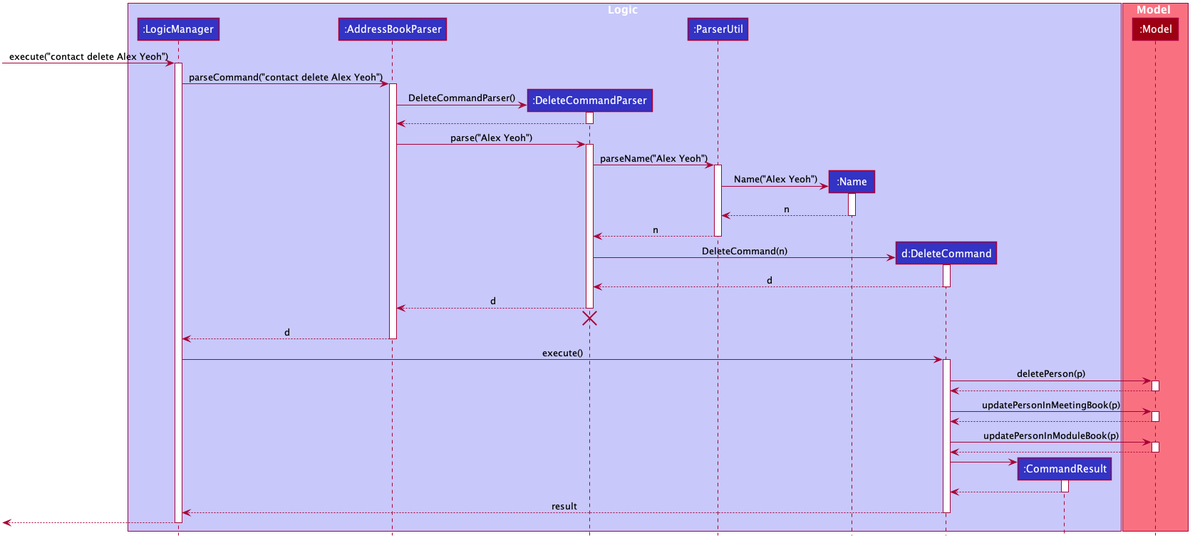
The PlantUML diagram docs/images/DeleteSequenceDiagram.png in nus-cs2103-AY2021S1/tp, before a commit.
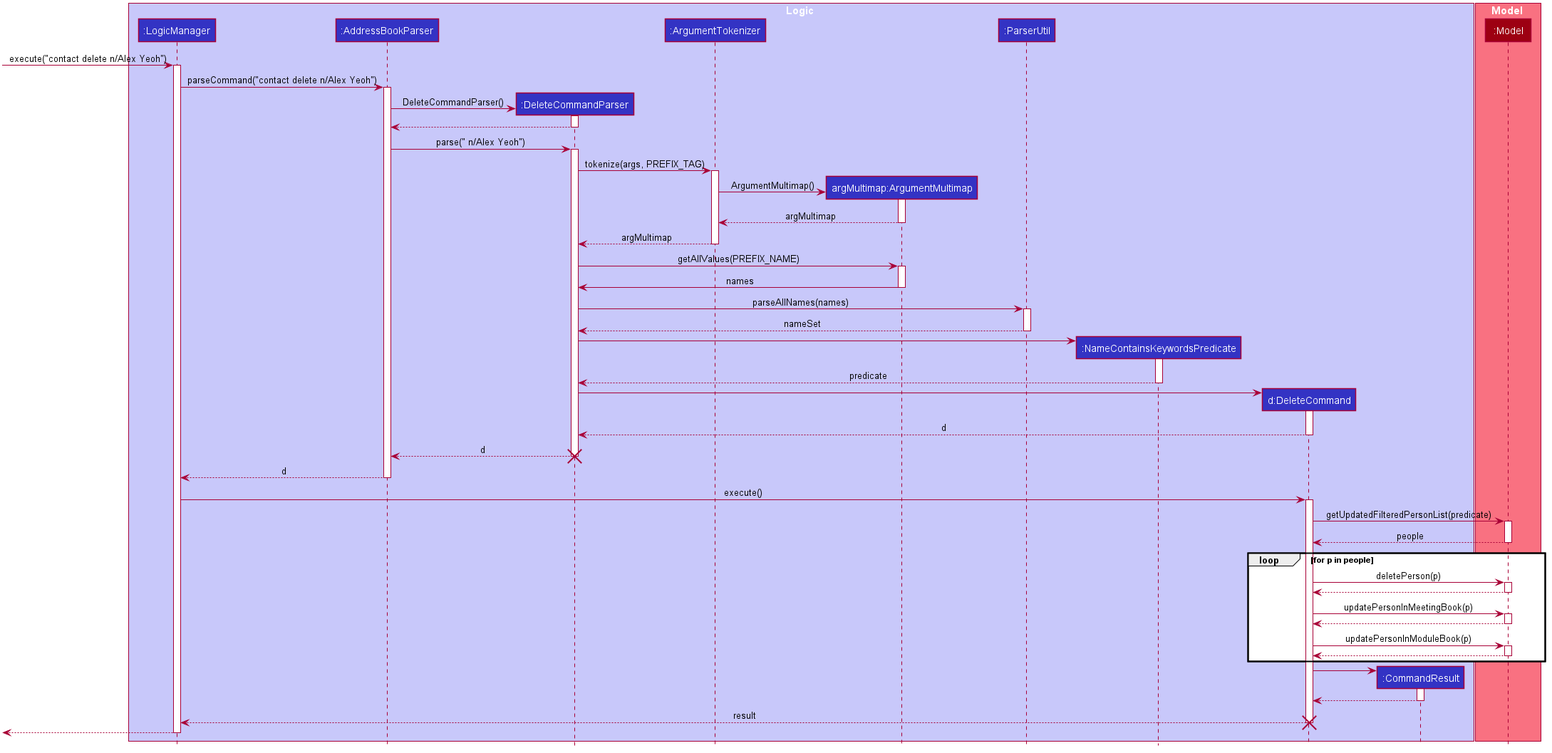
The same diagram one commit later.

What changed in the source:
```diff
@@ -52,8 +52,10 @@
 participant ":LogicManager" as LogicManager #3333C4
 participant ":AddressBookParser" as AddressBookParser #3333C4
 participant ":DeleteCommandParser" as DeleteCommandParser #3333C4
+participant ":ArgumentTokenizer" as ArgumentTokenizer #3333C4
+participant "argMultimap:ArgumentMultimap" as ArgumentMultimap #3333C4
 participant ":ParserUtil" as ParserUtil #3333C4
-participant ":Name" as Name #3333C4
+participant ":NameContainsKeywordsPredicate" as NameContainsKeywordsPredicate #3333C4
 participant "d:DeleteCommand" as DeleteCommand #3333C4
 participant ":CommandResult" as CommandResult #3333C4
 end box
@@ -62,10 +64,10 @@
 participant ":Model" as Model #9D0012
 end box
 
-[-> LogicManager : execute("contact delete Alex Yeoh")
+[-> LogicManager : execute("contact delete n/Alex Yeoh")
 activate LogicManager
 
-LogicManager -> AddressBookParser : parseCommand("contact delete Alex Yeoh")
+LogicManager -> AddressBookParser : parseCommand("contact delete n/Alex Yeoh")
 activate AddressBookParser
 
 create DeleteCommandParser
@@ -75,32 +77,49 @@
 DeleteCommandParser --> AddressBookParser
 deactivate DeleteCommandParser
 
-AddressBookParser -> DeleteCommandParser : parse("Alex Yeoh")
+AddressBookParser -> DeleteCommandParser : parse(" n/Alex Yeoh")
 activate DeleteCommandParser
 
-DeleteCommandParser -> ParserUtil : parseName("Alex Yeoh")
+DeleteCommandParser -> ArgumentTokenizer : tokenize(args, PREFIX_TAG)
+activate ArgumentTokenizer
+
+create ArgumentMultimap
+ArgumentTokenizer -> ArgumentMultimap : ArgumentMultimap()
+activate ArgumentMultimap
+
+ArgumentMultimap --> ArgumentTokenizer : argMultimap
+deactivate ArgumentMultimap
+
+ArgumentTokenizer --> DeleteCommandParser : argMultimap
+deactivate ArgumentTokenizer
+
+DeleteCommandParser -> ArgumentMultimap : getAllValues(PREFIX_NAME)
+activate ArgumentMultimap
+
+ArgumentMultimap -> DeleteCommandParser : names
+deactivate ArgumentMultimap
+
+DeleteCommandParser -> ParserUtil : parseAllNames(names)
 activate ParserUtil
 
-create Name
-ParserUtil -> Name : Name("Alex Yeoh")
-activate Name
-
-Name --> ParserUtil : n
-deactivate Name
-
-ParserUtil --> DeleteCommandParser : n
+ParserUtil --> DeleteCommandParser : nameSet
 deactivate ParserUtil
 
+create NameContainsKeywordsPredicate
+DeleteCommandParser -> NameContainsKeywordsPredicate
+activate NameContainsKeywordsPredicate
+
+NameContainsKeywordsPredicate --> DeleteCommandParser : predicate
+deactivate NameContainsKeywordsPredicate
+
 create DeleteCommand
-DeleteCommandParser -> DeleteCommand : DeleteCommand(n)
+DeleteCommandParser -> DeleteCommand
 activate DeleteCommand
 
 DeleteCommand --> DeleteCommandParser : d
 deactivate DeleteCommand
 
 DeleteCommandParser --> AddressBookParser : d
-deactivate DeleteCommandParser
-DeleteCommandParser -[hidden]-> AddressBookParser
 destroy DeleteCommandParser
 
 AddressBookParser --> LogicManager : d
@@ -109,6 +128,13 @@
 LogicManager -> DeleteCommand : execute()
 activate DeleteCommand
 
+DeleteCommand -> Model : getUpdatedFilteredPersonList(predicate)
+activate Model
+
+Model --> DeleteCommand : people
+deactivate Model
+
+loop for p in people
 DeleteCommand -> Model : deletePerson(p)
 activate Model
 
@@ -126,6 +152,7 @@
 
 Model --> DeleteCommand
 deactivate Model
+end
 
 create CommandResult
 DeleteCommand -> CommandResult
@@ -135,7 +162,7 @@
 deactivate CommandResult
 
 DeleteCommand --> LogicManager : result
-deactivate DeleteCommand
+destroy DeleteCommand
 
 [<--LogicManager
 deactivate LogicManager
```
